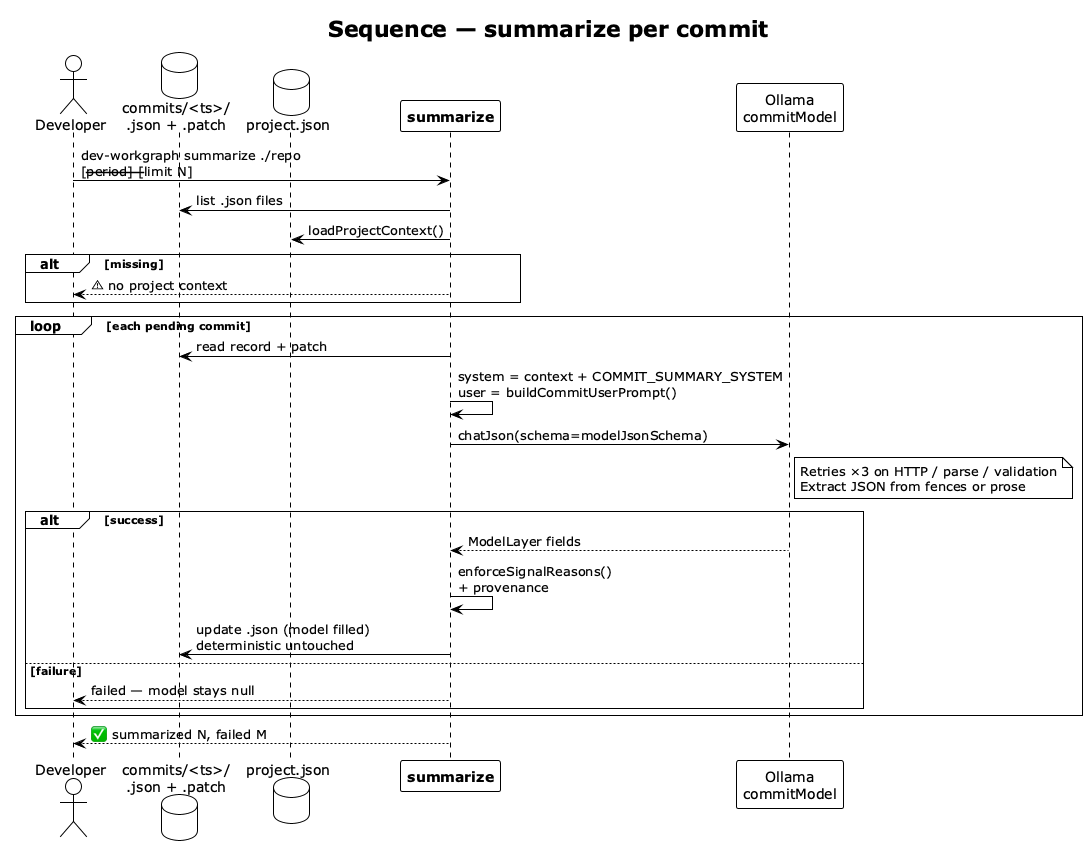
This is img/summarize-sequence.png from vzakharchenko/dev-workgraph, a PlantUML export, as it was before one commit. The source it was exported from:
```plantuml
@startuml summarize-sequence
!theme plain
skinparam shadowing false

title Sequence — **summarize** per commit

actor "Developer" as DEV
database "commits/<ts>/\n.json + .patch" as DISK
database "project.json" as PJ
participant "**summarize**" as SUM
participant "Ollama\ncommitModel" as LLM

DEV -> SUM : dev-workgraph summarize ./repo\n[--period] [--limit N]

SUM -> DISK : list .json files
SUM -> PJ : loadProjectContext()
alt missing
  SUM --> DEV : ⚠️ no project context
end

loop each pending commit
  SUM -> DISK : read record + patch
  SUM -> SUM : system = context + COMMIT_SUMMARY_SYSTEM\nuser = buildCommitUserPrompt()

  SUM -> LLM : chatJson(schema=modelJsonSchema)
  note right of LLM
    Retries ×3 on HTTP / parse / validation
    Extract JSON from fences or prose
  end note

  alt success
    LLM --> SUM : ModelLayer fields
    SUM -> SUM : enforceSignalReasons()\n+ provenance
    SUM -> DISK : update .json (model filled)\ndeterministic untouched
  else failure
    SUM --> DEV : failed — model stays null
  end
end

SUM --> DEV : ✅ summarized N, failed M

@enduml
```
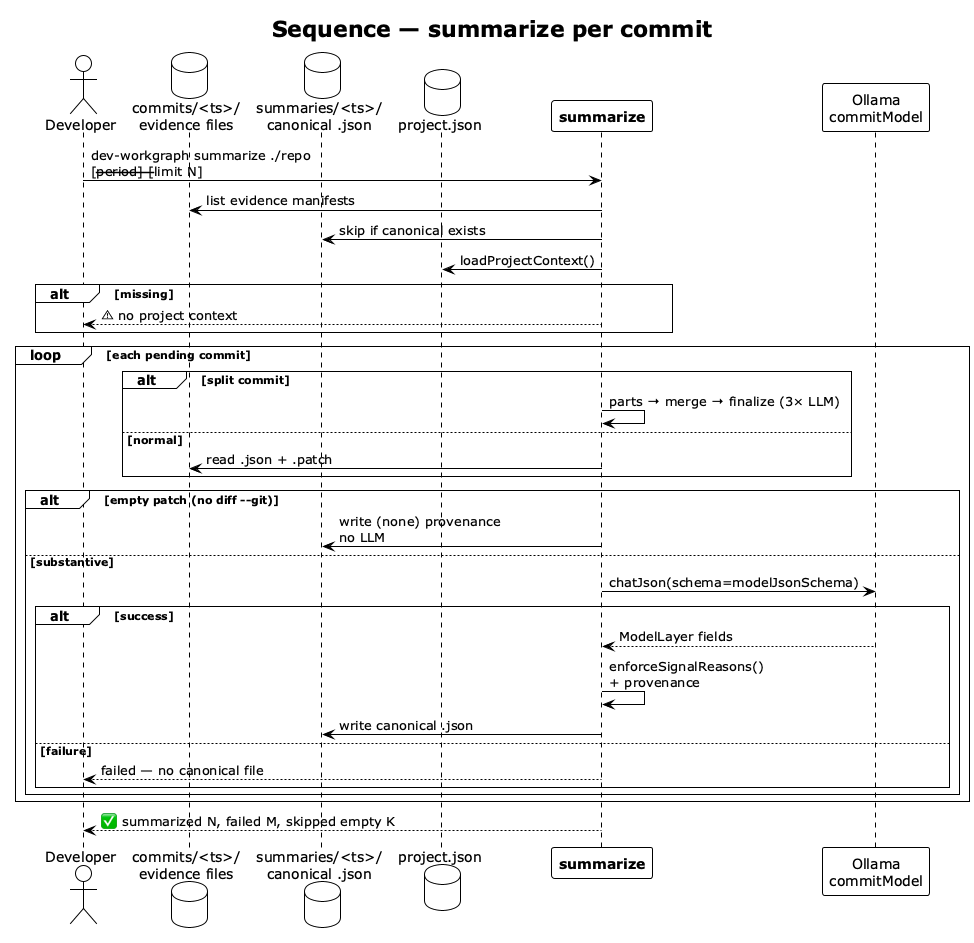
Above is the later version.

What changed in the source:
```diff
@@ -5,38 +5,42 @@
 title Sequence — **summarize** per commit
 
 actor "Developer" as DEV
-database "commits/<ts>/\n.json + .patch" as DISK
+database "commits/<ts>/\nevidence files" as COMM
+database "summaries/<ts>/\ncanonical .json" as SUMM
 database "project.json" as PJ
 participant "**summarize**" as SUM
 participant "Ollama\ncommitModel" as LLM
 
 DEV -> SUM : dev-workgraph summarize ./repo\n[--period] [--limit N]
 
-SUM -> DISK : list .json files
+SUM -> COMM : list evidence manifests
+SUM -> SUMM : skip if canonical exists
 SUM -> PJ : loadProjectContext()
 alt missing
   SUM --> DEV : ⚠️ no project context
 end
 
 loop each pending commit
-  SUM -> DISK : read record + patch
-  SUM -> SUM : system = context + COMMIT_SUMMARY_SYSTEM\nuser = buildCommitUserPrompt()
+  alt split commit
+    SUM -> SUM : parts → merge → finalize (3× LLM)
+  else normal
+    SUM -> COMM : read .json + .patch
+  end
 
-  SUM -> LLM : chatJson(schema=modelJsonSchema)
-  note right of LLM
-    Retries ×3 on HTTP / parse / validation
-    Extract JSON from fences or prose
-  end note
-
-  alt success
-    LLM --> SUM : ModelLayer fields
-    SUM -> SUM : enforceSignalReasons()\n+ provenance
-    SUM -> DISK : update .json (model filled)\ndeterministic untouched
-  else failure
-    SUM --> DEV : failed — model stays null
+  alt empty patch (no diff --git)
+    SUM -> SUMM : write (none) provenance\nno LLM
+  else substantive
+    SUM -> LLM : chatJson(schema=modelJsonSchema)
+    alt success
+      LLM --> SUM : ModelLayer fields
+      SUM -> SUM : enforceSignalReasons()\n+ provenance
+      SUM -> SUMM : write canonical .json
+    else failure
+      SUM --> DEV : failed — no canonical file
+    end
   end
 end
 
-SUM --> DEV : ✅ summarized N, failed M
+SUM --> DEV : ✅ summarized N, failed M, skipped empty K
 
 @enduml
```
